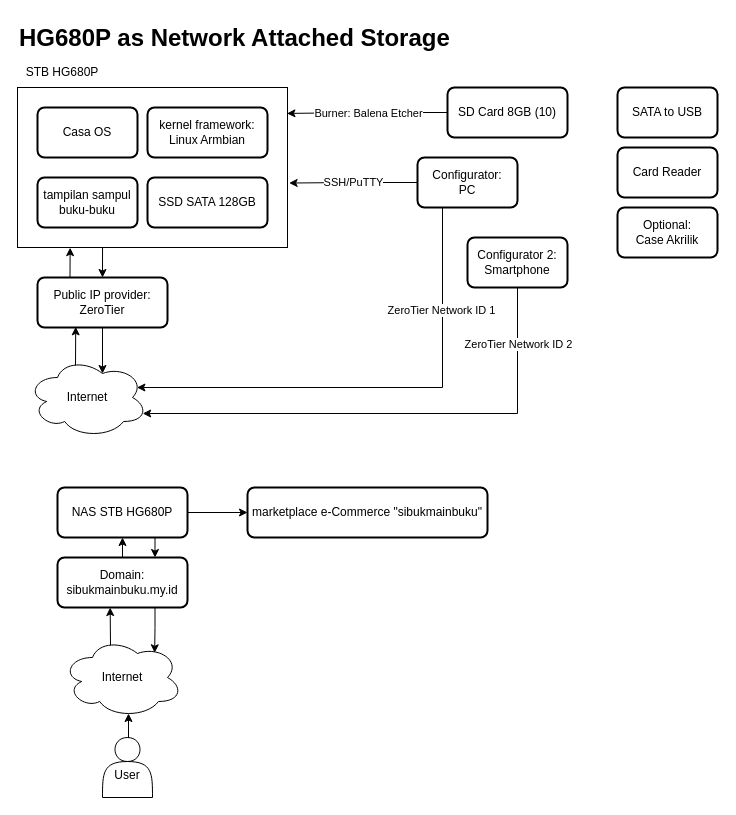
The draw.io diagram page "NAS" (5 of 6) of Chart on Search Query.drawio in troders34/research, before the edit. Source tidied: cells renumbered, new cells numbered last; positions are measured from the earlier drawing's top-left corner, leaving out a move shared by most shapes. Both pictures are drawn from the tidied source at 100%, with x=0, y=0 at pixel (17, 17).
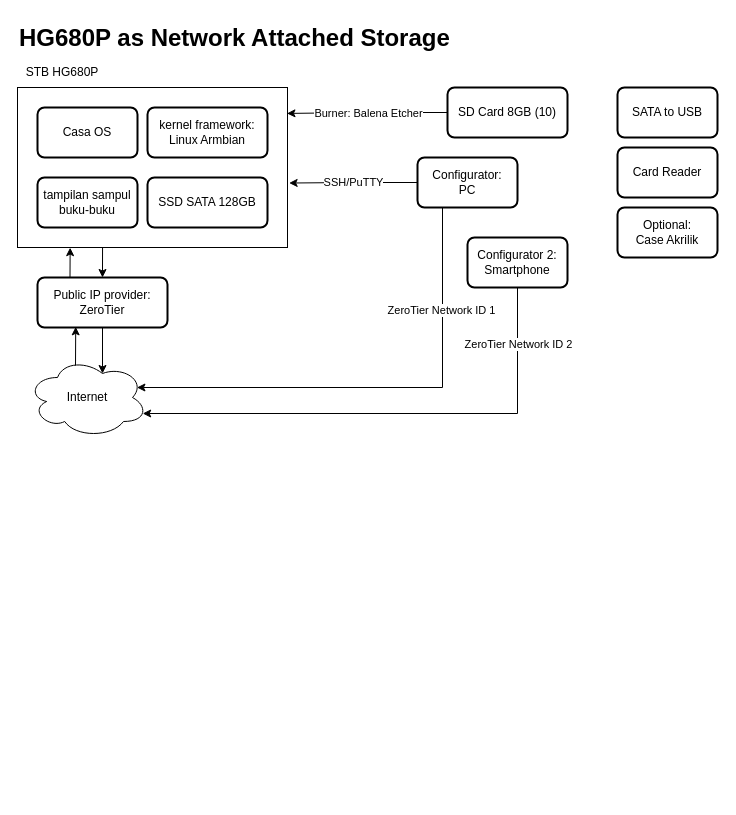
The same page after the edit.

The edit, as a diff of the source:
```diff
@@
-    <mxCell id="20" style="edgeStyle=orthogonalEdgeStyle;rounded=0;jettySize=auto;html=1;exitX=0.75;exitY=1;exitDx=0;exitDy=0;entryX=0.75;entryY=0;entryDx=0;entryDy=0;" parent="1" edge="1" source="22" target="24">
-      <mxGeometry relative="1" as="geometry" />
-    </mxCell>
-    <mxCell id="21" style="edgeStyle=orthogonalEdgeStyle;rounded=0;jettySize=auto;html=1;exitX=1;exitY=0.5;exitDx=0;exitDy=0;entryX=0;entryY=0.5;entryDx=0;entryDy=0;" parent="1" edge="1" source="22" target="30">
-      <mxGeometry relative="1" as="geometry" />
-    </mxCell>
-    <mxCell id="22" value="NAS STB HG680P" style="rounded=1;whiteSpace=wrap;html=1;absoluteArcSize=1;arcSize=14;strokeWidth=2;" parent="1" vertex="1">
-      <mxGeometry x="40" y="470" width="130" height="50" as="geometry" />
-    </mxCell>
-    <mxCell id="23" style="edgeStyle=orthogonalEdgeStyle;rounded=0;jettySize=auto;html=1;exitX=0.5;exitY=0;exitDx=0;exitDy=0;entryX=0.5;entryY=1;entryDx=0;entryDy=0;" parent="1" edge="1" source="24" target="22">
-      <mxGeometry relative="1" as="geometry" />
-    </mxCell>
-    <mxCell id="24" value="Domain:&lt;div&gt;sibukmainbuku.my.id&lt;/div&gt;" style="rounded=1;whiteSpace=wrap;html=1;absoluteArcSize=1;arcSize=14;strokeWidth=2;" parent="1" vertex="1">
-      <mxGeometry x="40" y="540" width="130" height="50" as="geometry" />
-    </mxCell>
-    <mxCell id="25" value="Internet" style="ellipse;shape=cloud;whiteSpace=wrap;html=1;" parent="1" vertex="1">
-      <mxGeometry x="45" y="620" width="120" height="80" as="geometry" />
-    </mxCell>
-    <mxCell id="26" style="edgeStyle=orthogonalEdgeStyle;rounded=0;jettySize=auto;html=1;exitX=0.4;exitY=0.1;exitDx=0;exitDy=0;exitPerimeter=0;entryX=0.405;entryY=1.001;entryDx=0;entryDy=0;entryPerimeter=0;" parent="1" edge="1" source="25" target="24">
-      <mxGeometry relative="1" as="geometry" />
-    </mxCell>
-    <mxCell id="27" style="edgeStyle=orthogonalEdgeStyle;rounded=0;jettySize=auto;html=1;exitX=0.75;exitY=1;exitDx=0;exitDy=0;entryX=0.768;entryY=0.191;entryDx=0;entryDy=0;entryPerimeter=0;" parent="1" edge="1" source="24" target="25">
-      <mxGeometry relative="1" as="geometry" />
-    </mxCell>
-    <mxCell id="28" value="&lt;div&gt;&lt;br&gt;&lt;/div&gt;&lt;div&gt;User&lt;/div&gt;" style="shape=actor;whiteSpace=wrap;html=1;" parent="1" vertex="1">
-      <mxGeometry x="85" y="720" width="50" height="60" as="geometry" />
-    </mxCell>
-    <mxCell id="29" style="edgeStyle=orthogonalEdgeStyle;rounded=0;jettySize=auto;html=1;exitX=0.5;exitY=0;exitDx=0;exitDy=0;entryX=0.55;entryY=0.95;entryDx=0;entryDy=0;entryPerimeter=0;" parent="1" edge="1" source="28" target="25">
-      <mxGeometry relative="1" as="geometry" />
-    </mxCell>
-    <mxCell id="30" value="marketplace e-Commerce &quot;sibukmainbuku&quot;" style="rounded=1;whiteSpace=wrap;html=1;absoluteArcSize=1;arcSize=14;strokeWidth=2;" parent="1" vertex="1">
-      <mxGeometry x="230" y="470" width="240" height="50" as="geometry" />
-    </mxCell>
```
